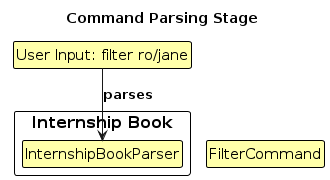
Earlier version of the PlantUML export diagrams/FilterCommandParse.png (AY2324S1-CS2103T-W17-1/tp). Its source is kept beside it as diagrams/FilterCommandParse.puml.
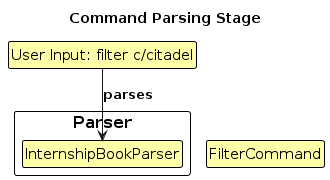
After the commit.

The edit, as a diff of the source:
```diff
@@ -7,7 +7,7 @@
 
 title Command Parsing Stage
 
-package "Internship Book" {
+package "Parser" {
     class InternshipBookParser as "InternshipBookParser"
 }
 
@@ -19,7 +19,7 @@
 
 hide FilterCommand
 
-class UserInput as "User Input: filter ro/jane"
+class UserInput as "User Input: filter c/citadel"
 
 UserInput -down-> InternshipBookParser : parses
 
```
